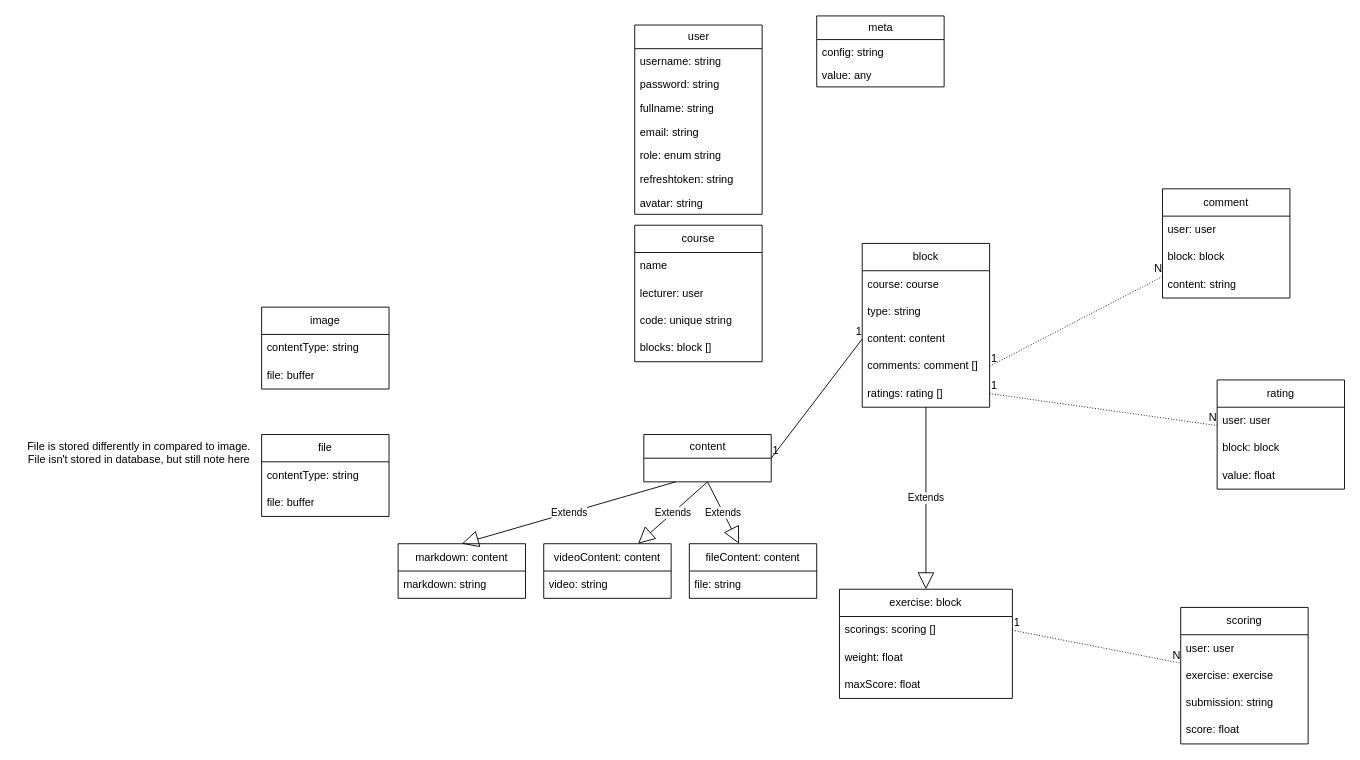
This is page "Database Design Diagram" (1 of 2) of docs/Diagrams.drawio from PhungThanhTu/pearn, a draw.io file, before an edit. Source tidied: cells renumbered, new cells numbered last; positions are measured from the earlier drawing's top-left corner, leaving out a move shared by most shapes. Both pictures are drawn from the tidied source at 91%, with x=0, y=0 at pixel (15, 15).
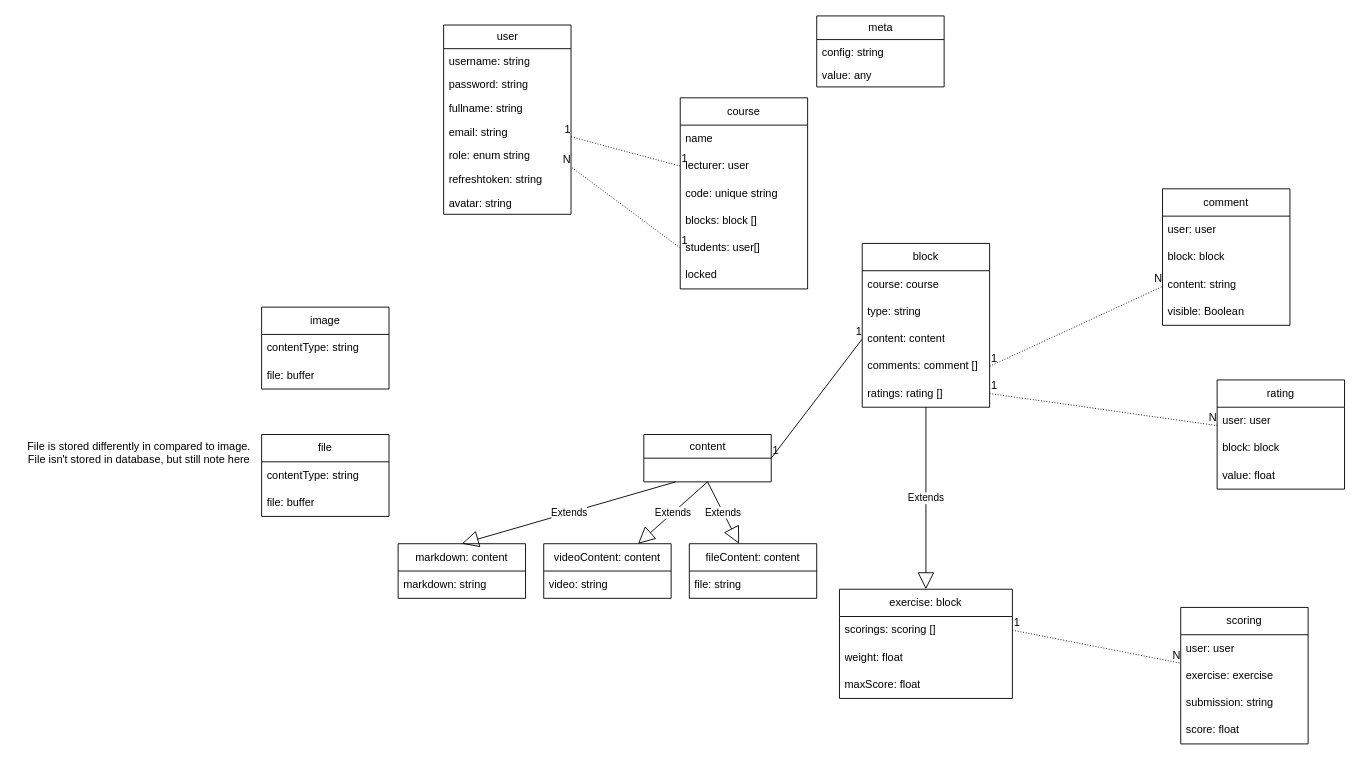
The same page after the edit.

Commit message:
Use case Diagrams Database Diagrams

The change refers to these unchanged cells:
```xml
<mxCell id="18" value="lecturer: user" style="text;strokeColor=none;fillColor=none;align=left;verticalAlign=middle;spacingLeft=4;spacingRight=4;overflow=hidden;points=[[0,0.5],[1,0.5]];portConstraint=eastwest;whiteSpace=wrap;html=1;" parent="16" vertex="1">
  <mxGeometry y="60" width="140" height="30" as="geometry" />
</mxCell>
```

Change to the diagram source:
```diff
@@
     <mxCell id="2" value="user" style="swimlane;fontStyle=0;horizontal=1;startSize=26;fillColor=none;html=1;" parent="1" vertex="1">
-      <mxGeometry x="680" y="10" width="140" height="208" as="geometry" />
+      <mxGeometry x="470" y="10" width="140" height="208" as="geometry" />
     </mxCell>
@@
     <mxCell id="16" value="course" style="swimlane;fontStyle=0;horizontal=1;startSize=30;whiteSpace=wrap;html=1;" parent="1" vertex="1">
-      <mxGeometry x="680" y="230" width="140" height="150" as="geometry" />
+      <mxGeometry x="730" y="90" width="140" height="210" as="geometry" />
     </mxCell>
@@
+    <mxCell id="71" value="students: user[]" style="text;strokeColor=none;fillColor=none;align=left;verticalAlign=middle;spacingLeft=4;spacingRight=4;overflow=hidden;points=[[0,0.5],[1,0.5]];portConstraint=eastwest;whiteSpace=wrap;html=1;" parent="16" vertex="1">
+      <mxGeometry y="150" width="140" height="30" as="geometry" />
+    </mxCell>
+    <mxCell id="72" value="locked" style="text;strokeColor=none;fillColor=none;align=left;verticalAlign=middle;spacingLeft=4;spacingRight=4;overflow=hidden;whiteSpace=wrap;html=1;" parent="16" vertex="1">
+      <mxGeometry y="180" width="140" height="30" as="geometry" />
+    </mxCell>
@@
     <mxCell id="31" value="comment" style="swimlane;fontStyle=0;horizontal=1;startSize=30;whiteSpace=wrap;html=1;" parent="1" vertex="1">
-      <mxGeometry x="1260" y="190" width="140" height="120" as="geometry" />
+      <mxGeometry x="1260" y="190" width="140" height="150" as="geometry" />
     </mxCell>
@@
+    <mxCell id="73" value="visible: Boolean" style="text;strokeColor=none;fillColor=none;align=left;verticalAlign=middle;spacingLeft=4;spacingRight=4;overflow=hidden;whiteSpace=wrap;html=1;" parent="31" vertex="1">
+      <mxGeometry y="120" width="140" height="30" as="geometry" />
+    </mxCell>
@@
+    <mxCell id="74" style="endArrow=none;html=1;rounded=0;dashed=1;dashPattern=1 2;exitX=0;exitY=0.5;exitDx=0;exitDy=0;" parent="1" edge="1" source="71" target="2">
+      <mxGeometry relative="1" as="geometry" />
+    </mxCell>
+    <mxCell id="75" value="1" style="html=1;align=left;verticalAlign=bottom;" parent="74" vertex="1">
+      <mxGeometry x="-1" relative="1" as="geometry" />
+    </mxCell>
+    <mxCell id="76" value="N" style="html=1;align=right;verticalAlign=bottom;" parent="74" vertex="1">
+      <mxGeometry x="1" relative="1" as="geometry" />
+    </mxCell>
+    <mxCell id="77" style="endArrow=none;html=1;rounded=0;dashed=1;dashPattern=1 2;exitX=0;exitY=0.5;exitDx=0;exitDy=0;" parent="1" edge="1" source="18" target="2">
+      <mxGeometry relative="1" as="geometry" />
+    </mxCell>
+    <mxCell id="78" value="1" style="html=1;align=left;verticalAlign=bottom;" parent="77" vertex="1">
+      <mxGeometry x="-1" relative="1" as="geometry" />
+    </mxCell>
+    <mxCell id="79" value="1" style="html=1;align=right;verticalAlign=bottom;" parent="77" vertex="1">
+      <mxGeometry x="1" relative="1" as="geometry" />
+    </mxCell>
```
